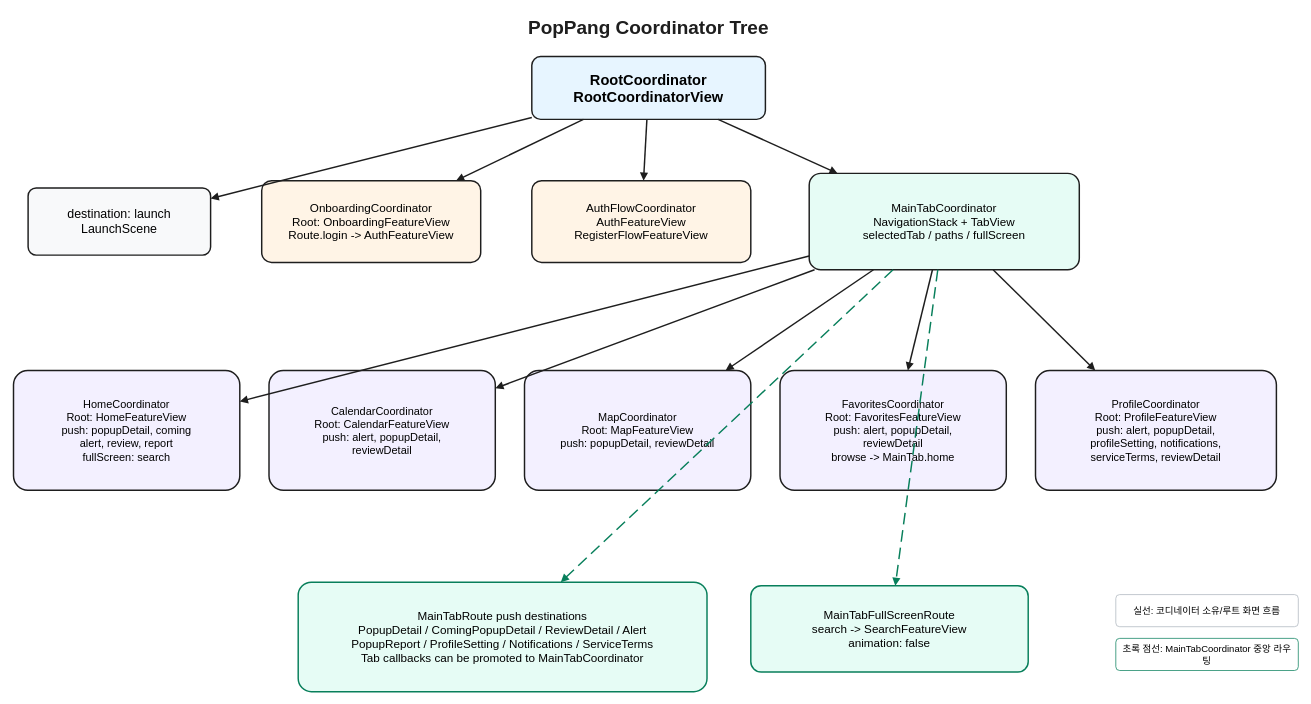
team-PopPang/PopPang-iOS keeps this draw.io diagram as CoordinatorTree.drawio. Above is the earlier version. Source tidied: cells renumbered, new cells numbered last; positions are measured from the earlier drawing's top-left corner, leaving out a move shared by most shapes. Both pictures are drawn from the tidied source at 73%, with x=0, y=0 at pixel (13, 12).
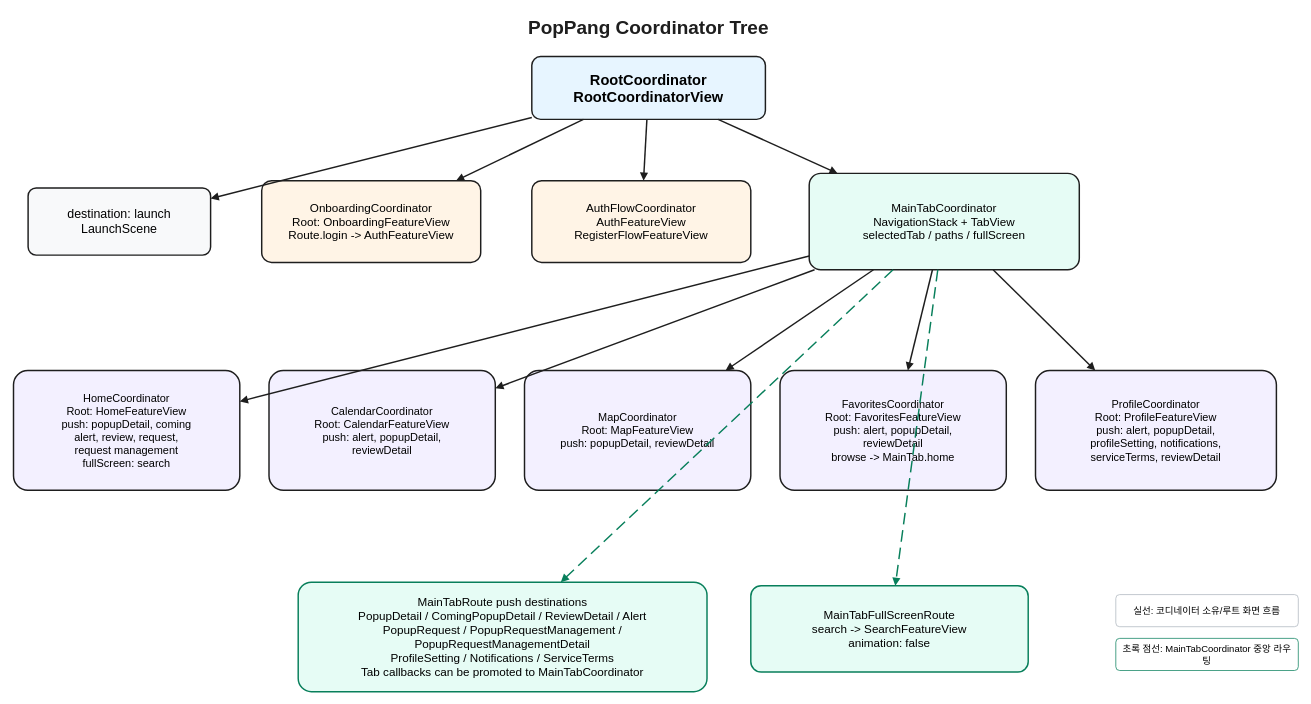
The same page after the edit.

Change to the diagram source:
```diff
@@
-    <mxCell id="8" value="HomeCoordinator&#10;Root: HomeFeatureView&#10;push: popupDetail, coming&#10;alert, review, report&#10;fullScreen: search" style="rounded=1;whiteSpace=wrap;html=1;fillColor=#F3F0FF;strokeColor=#1E1E1E;strokeWidth=2;fontSize=15;align=center;verticalAlign=middle;spacing=8;arcSize=12;" parent="1" vertex="1">
+    <mxCell id="8" value="HomeCoordinator&#10;Root: HomeFeatureView&#10;push: popupDetail, coming&#10;alert, review, request,&#10;request management&#10;fullScreen: search" style="rounded=1;whiteSpace=wrap;html=1;fillColor=#F3F0FF;strokeColor=#1E1E1E;strokeWidth=2;fontSize=15;align=center;verticalAlign=middle;spacing=8;arcSize=12;" parent="1" vertex="1">
       <mxGeometry y="490" width="310" height="164" as="geometry" />
     </mxCell>
@@
-    <mxCell id="13" value="MainTabRoute push destinations&#10;PopupDetail / ComingPopupDetail / ReviewDetail / Alert&#10;PopupReport / ProfileSetting / Notifications / ServiceTerms&#10;Tab callbacks can be promoted to MainTabCoordinator" style="rounded=1;whiteSpace=wrap;html=1;fillColor=#E6FCF5;strokeColor=#087F5B;strokeWidth=2;fontSize=16;align=center;verticalAlign=middle;spacing=8;arcSize=12;" parent="1" vertex="1">
+    <mxCell id="13" value="MainTabRoute push destinations&#10;PopupDetail / ComingPopupDetail / ReviewDetail / Alert&#10;PopupRequest / PopupRequestManagement / PopupRequestManagementDetail&#10;ProfileSetting / Notifications / ServiceTerms&#10;Tab callbacks can be promoted to MainTabCoordinator" style="rounded=1;whiteSpace=wrap;html=1;fillColor=#E6FCF5;strokeColor=#087F5B;strokeWidth=2;fontSize=16;align=center;verticalAlign=middle;spacing=8;arcSize=12;" parent="1" vertex="1">
       <mxGeometry x="390" y="780" width="560" height="150" as="geometry" />
     </mxCell>
```
